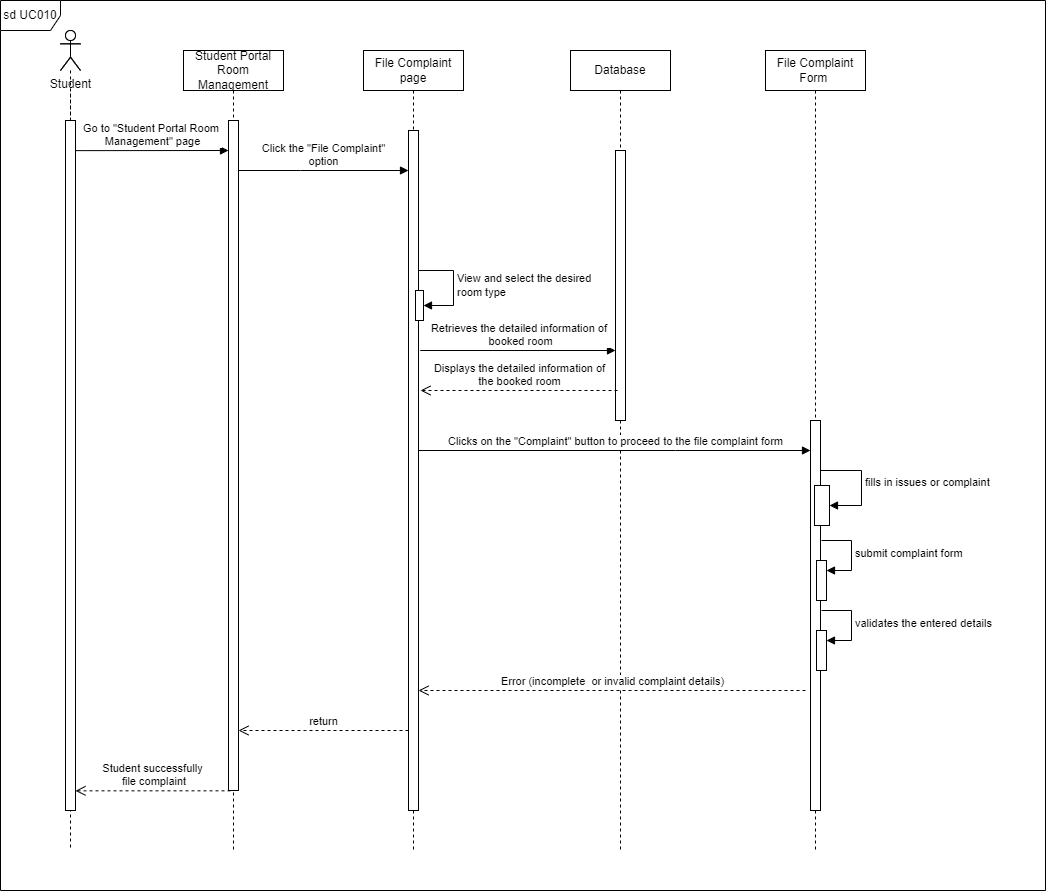
The draw.io diagram project/drawio/Alpha/SDFilecomplaint.drawio.png in drshahizan/software-engineering, before a commit. Source tidied: cells renumbered, new cells last; positions are measured from the earlier drawing's top-left corner, leaving out a move shared by most shapes.
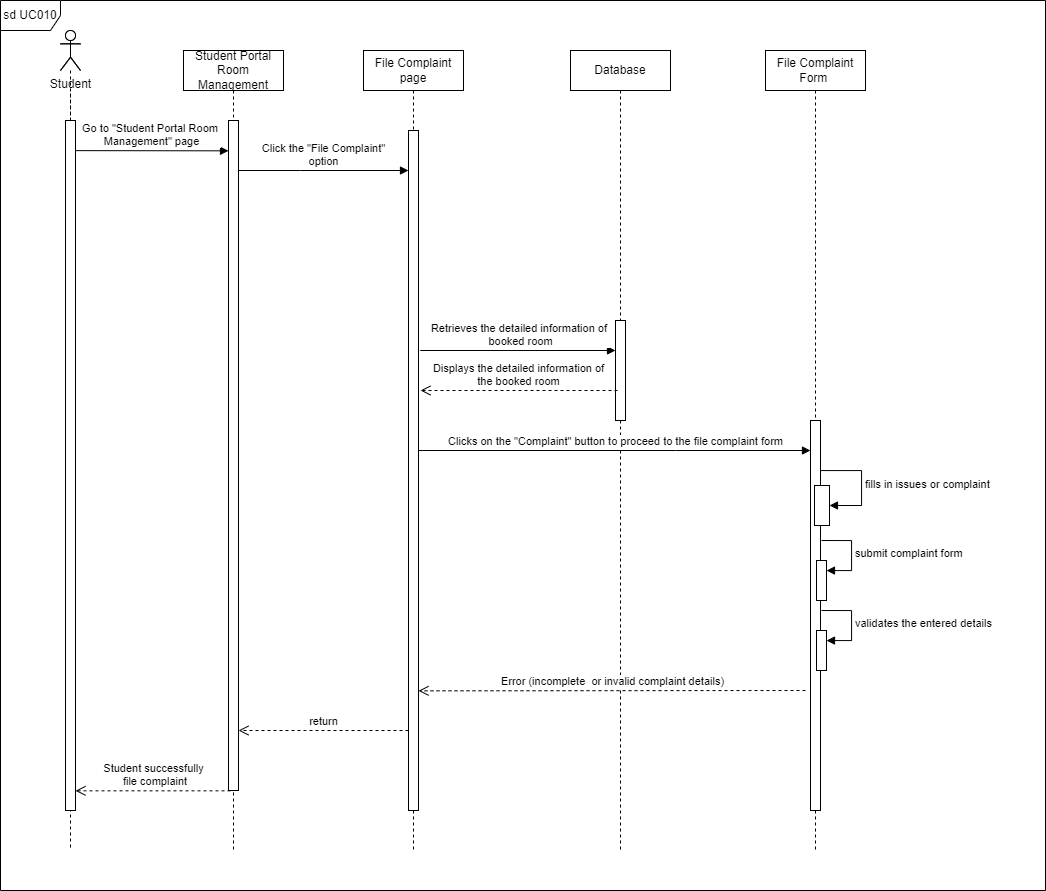
After the commit.

What changed in the source:
```diff
@@ -17,17 +17,6 @@
     <mxCell id="6" style="html=1;points=[];perimeter=orthogonalPerimeter;outlineConnect=0;targetShapes=umlLifeline;portConstraint=eastwest;newEdgeStyle={&quot;edgeStyle&quot;:&quot;elbowEdgeStyle&quot;,&quot;elbow&quot;:&quot;vertical&quot;,&quot;curved&quot;:0,&quot;rounded&quot;:0};" parent="5" vertex="1">
       <mxGeometry x="45" y="80" width="10" height="680" as="geometry" />
     </mxCell>
-    <mxCell id="7" style="html=1;points=[];perimeter=orthogonalPerimeter;outlineConnect=0;targetShapes=umlLifeline;portConstraint=eastwest;newEdgeStyle={&quot;edgeStyle&quot;:&quot;elbowEdgeStyle&quot;,&quot;elbow&quot;:&quot;vertical&quot;,&quot;curved&quot;:0,&quot;rounded&quot;:0};direction=west;" parent="5" vertex="1">
-      <mxGeometry x="52" y="240" width="8" height="30" as="geometry" />
-    </mxCell>
-    <mxCell id="8" value="View and select the desired&amp;nbsp;&lt;br&gt;room type" style="html=1;align=left;spacingLeft=2;endArrow=block;rounded=0;edgeStyle=orthogonalEdgeStyle;curved=0;rounded=0;" parent="5" edge="1" source="6" target="7">
-      <mxGeometry relative="1" as="geometry">
-        <Array as="points">
-          <mxPoint x="90" y="220" />
-          <mxPoint x="90" y="255" />
-        </Array>
-      </mxGeometry>
-    </mxCell>
     <mxCell id="9" value="return" style="html=1;verticalAlign=bottom;endArrow=open;dashed=1;endSize=8;edgeStyle=elbowEdgeStyle;elbow=vertical;curved=0;rounded=0;" parent="1" edge="1" source="6" target="4">
       <mxGeometry relative="1" as="geometry">
         <Array as="points">
@@ -65,7 +54,7 @@
       <mxGeometry x="570" y="50" width="100" height="800" as="geometry" />
     </mxCell>
     <mxCell id="16" style="html=1;perimeter=orthogonalPerimeter;targetShapes=umlLifeline;newEdgeStyle={&quot;edgeStyle&quot;:&quot;elbowEdgeStyle&quot;,&quot;elbow&quot;:&quot;vertical&quot;,&quot;curved&quot;:0,&quot;rounded&quot;:0};" parent="15" vertex="1">
-      <mxGeometry x="45" y="100" width="10" height="270" as="geometry" />
+      <mxGeometry x="45" y="270" width="10" height="100" as="geometry" />
     </mxCell>
     <mxCell id="17" value="Retrieves the detailed information of&amp;nbsp;&lt;br&gt;booked room" style="html=1;verticalAlign=bottom;endArrow=block;edgeStyle=elbowEdgeStyle;elbow=vertical;curved=0;rounded=0;" parent="1" edge="1">
       <mxGeometry x="0.2" relative="1" as="geometry">
```
